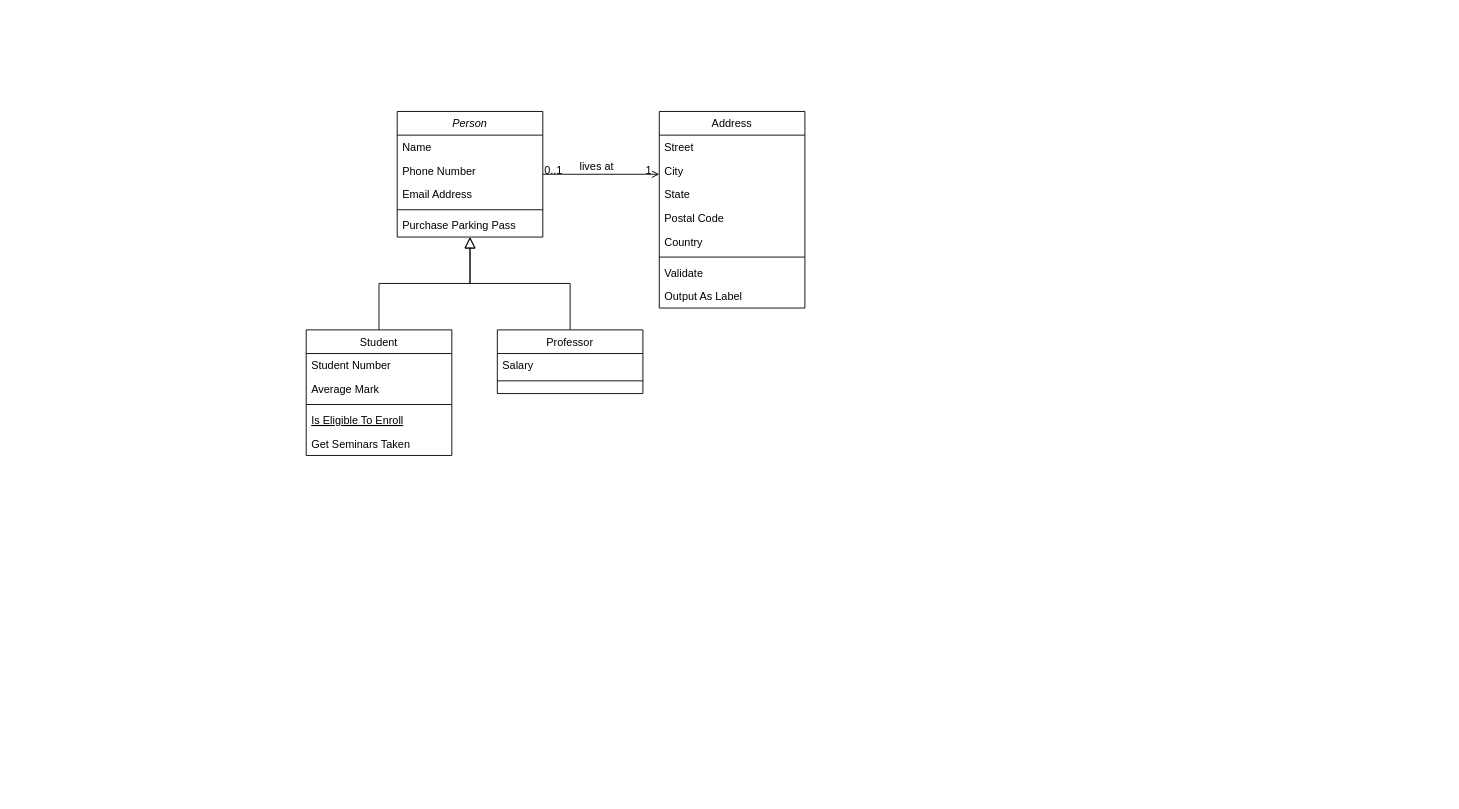
Before: Untitled Diagram.drawio in stoniolo/ProgIII, a draw.io diagram. Source tidied: cells renumbered, new cells numbered last; positions are measured from the earlier drawing's top-left corner, leaving out a move shared by most shapes. Both pictures are drawn from the tidied source at 91%, with x=0, y=0 at pixel (306, 111).
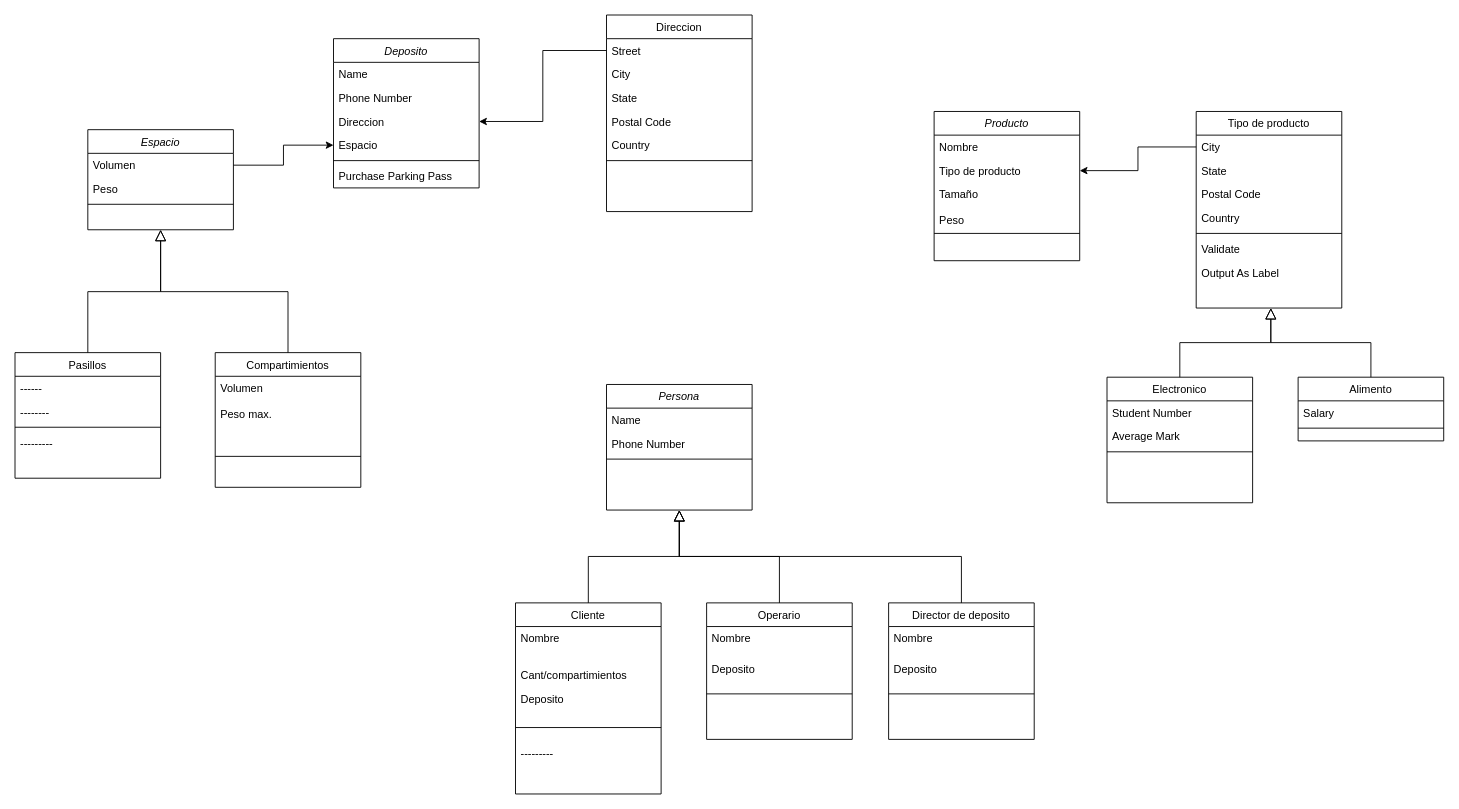
The same diagram, later.

Commit message:
Start(Santi Toniolo)

The change refers to these unchanged cells:
```xml
<mxCell id="20" value="Street" style="text;align=left;verticalAlign=top;spacingLeft=4;spacingRight=4;overflow=hidden;points=[[0,0.5],[1,0.5]];portConstraint=eastwest;" parent="19" vertex="1">
  <mxGeometry y="26" width="160" height="26" as="geometry" />
</mxCell>
```

Change to the diagram source:
```diff
@@
-    <mxCell id="2" value="Person" style="swimlane;fontStyle=2;align=center;verticalAlign=top;horizontal=1;startSize=26;rounded=0;shadow=0;strokeWidth=1;" parent="1" vertex="1">
-      <mxGeometry x="100" width="160" height="138" as="geometry" />
+    <mxCell id="2" value="Deposito" style="swimlane;fontStyle=2;align=center;verticalAlign=top;horizontal=1;startSize=26;rounded=0;shadow=0;strokeWidth=1;" parent="1" vertex="1">
+      <mxGeometry x="30" y="-80" width="160" height="164" as="geometry" />
     </mxCell>
@@
-    <mxCell id="5" value="Email Address" style="text;align=left;verticalAlign=top;spacingLeft=4;spacingRight=4;overflow=hidden;points=[[0,0.5],[1,0.5]];portConstraint=eastwest;rounded=0;shadow=0;html=0;" parent="2" vertex="1">
+    <mxCell id="5" value="Direccion" style="text;align=left;verticalAlign=top;spacingLeft=4;spacingRight=4;overflow=hidden;points=[[0,0.5],[1,0.5]];portConstraint=eastwest;rounded=0;shadow=0;html=0;" parent="2" vertex="1">
       <mxGeometry y="78" width="160" height="26" as="geometry" />
     </mxCell>
+    <mxCell id="32" value="Espacio" style="text;align=left;verticalAlign=top;spacingLeft=4;spacingRight=4;overflow=hidden;points=[[0,0.5],[1,0.5]];portConstraint=eastwest;rounded=0;shadow=0;html=0;" parent="2" vertex="1">
+      <mxGeometry y="104" width="160" height="26" as="geometry" />
+    </mxCell>
     <mxCell id="6" style="line;html=1;strokeWidth=1;align=left;verticalAlign=middle;spacingTop=-1;spacingLeft=3;spacingRight=3;labelPosition=right;" parent="2" vertex="1">
-      <mxGeometry y="104" width="160" height="8" as="geometry" />
+      <mxGeometry y="130" width="160" height="8" as="geometry" />
     </mxCell>
     <mxCell id="7" value="Purchase Parking Pass" style="text;align=left;verticalAlign=top;spacingLeft=4;spacingRight=4;overflow=hidden;" parent="2" vertex="1">
-      <mxGeometry y="112" width="160" height="26" as="geometry" />
+      <mxGeometry y="138" width="160" height="26" as="geometry" />
     </mxCell>
-    <mxCell id="8" value="Student" style="swimlane;fontStyle=0;align=center;verticalAlign=top;horizontal=1;startSize=26;rounded=0;shadow=0;strokeWidth=1;" parent="1" vertex="1">
-      <mxGeometry y="240" width="160" height="138" as="geometry" />
+    <mxCell id="8" value="Pasillos" style="swimlane;fontStyle=0;align=center;verticalAlign=top;horizontal=1;startSize=26;rounded=0;shadow=0;strokeWidth=1;" parent="1" vertex="1">
+      <mxGeometry x="-320" y="265" width="160" height="138" as="geometry" />
     </mxCell>
-    <mxCell id="9" value="Student Number" style="text;align=left;verticalAlign=top;spacingLeft=4;spacingRight=4;overflow=hidden;" parent="8" vertex="1">
+    <mxCell id="9" value="------" style="text;align=left;verticalAlign=top;spacingLeft=4;spacingRight=4;overflow=hidden;" parent="8" vertex="1">
       <mxGeometry y="26" width="160" height="26" as="geometry" />
     </mxCell>
-    <mxCell id="10" value="Average Mark" style="text;align=left;verticalAlign=top;spacingLeft=4;spacingRight=4;overflow=hidden;rounded=0;shadow=0;html=0;" parent="8" vertex="1">
+    <mxCell id="10" value="--------" style="text;align=left;verticalAlign=top;spacingLeft=4;spacingRight=4;overflow=hidden;rounded=0;shadow=0;html=0;" parent="8" vertex="1">
       <mxGeometry y="52" width="160" height="26" as="geometry" />
     </mxCell>
@@
-    <mxCell id="12" value="Is Eligible To Enroll" style="text;align=left;verticalAlign=top;spacingLeft=4;spacingRight=4;overflow=hidden;fontStyle=4;" parent="8" vertex="1">
-      <mxGeometry y="86" width="160" height="26" as="geometry" />
-    </mxCell>
-    <mxCell id="13" value="Get Seminars Taken" style="text;align=left;verticalAlign=top;spacingLeft=4;spacingRight=4;overflow=hidden;" parent="8" vertex="1">
-      <mxGeometry y="112" width="160" height="26" as="geometry" />
+    <mxCell id="13" value="---------" style="text;align=left;verticalAlign=top;spacingLeft=4;spacingRight=4;overflow=hidden;" parent="8" vertex="1">
+      <mxGeometry y="86" width="160" height="26" as="geometry" />
     </mxCell>
-    <mxCell id="14" style="endArrow=block;endSize=10;endFill=0;shadow=0;strokeWidth=1;rounded=0;edgeStyle=elbowEdgeStyle;elbow=vertical;" parent="1" edge="1" source="8" target="2">
-      <mxGeometry relative="1" as="geometry" />
-    </mxCell>
-    <mxCell id="15" value="Professor" style="swimlane;fontStyle=0;align=center;verticalAlign=top;horizontal=1;startSize=26;rounded=0;shadow=0;strokeWidth=1;" parent="1" vertex="1">
-      <mxGeometry x="210" y="240" width="160" height="70" as="geometry" />
+    <mxCell id="15" value="Compartimientos" style="swimlane;fontStyle=0;align=center;verticalAlign=top;horizontal=1;startSize=26;rounded=0;shadow=0;strokeWidth=1;" parent="1" vertex="1">
+      <mxGeometry x="-100" y="265" width="160" height="148" as="geometry" />
     </mxCell>
-    <mxCell id="16" value="Salary" style="text;align=left;verticalAlign=top;spacingLeft=4;spacingRight=4;overflow=hidden;" parent="15" vertex="1">
-      <mxGeometry y="26" width="160" height="26" as="geometry" />
+    <mxCell id="16" value="Volumen&#10;&#10;Peso max." style="text;align=left;verticalAlign=top;spacingLeft=4;spacingRight=4;overflow=hidden;" parent="15" vertex="1">
+      <mxGeometry y="26" width="160" height="54" as="geometry" />
     </mxCell>
     <mxCell id="17" style="line;html=1;strokeWidth=1;align=left;verticalAlign=middle;spacingTop=-1;spacingLeft=3;spacingRight=3;labelPosition=right;" parent="15" vertex="1">
-      <mxGeometry y="52" width="160" height="8" as="geometry" />
+      <mxGeometry y="80" width="160" height="68" as="geometry" />
     </mxCell>
-    <mxCell id="18" style="endArrow=block;endSize=10;endFill=0;shadow=0;strokeWidth=1;rounded=0;edgeStyle=elbowEdgeStyle;elbow=vertical;" parent="1" edge="1" source="15" target="2">
+    <mxCell id="18" style="endArrow=block;endSize=10;endFill=0;shadow=0;strokeWidth=1;rounded=0;edgeStyle=elbowEdgeStyle;elbow=vertical;exitX=0.5;exitY=0;exitDx=0;exitDy=0;entryX=0.5;entryY=1;entryDx=0;entryDy=0;" parent="1" edge="1" source="8" target="74">
       <mxGeometry relative="1" as="geometry" />
     </mxCell>
-    <mxCell id="19" value="Address" style="swimlane;fontStyle=0;align=center;verticalAlign=top;horizontal=1;startSize=26;rounded=0;shadow=0;strokeWidth=1;" parent="1" vertex="1">
-      <mxGeometry x="388" width="160" height="216" as="geometry" />
+    <mxCell id="19" value="Direccion" style="swimlane;fontStyle=0;align=center;verticalAlign=top;horizontal=1;startSize=26;rounded=0;shadow=0;strokeWidth=1;" parent="1" vertex="1">
+      <mxGeometry x="330" y="-106" width="160" height="216" as="geometry" />
     </mxCell>
@@
+    <mxCell id="33" value="Producto" style="swimlane;fontStyle=2;align=center;verticalAlign=top;horizontal=1;startSize=26;rounded=0;shadow=0;strokeWidth=1;" parent="1" vertex="1">
+      <mxGeometry x="690" width="160" height="164" as="geometry" />
+    </mxCell>
+    <mxCell id="34" value="Nombre" style="text;align=left;verticalAlign=top;spacingLeft=4;spacingRight=4;overflow=hidden;" parent="33" vertex="1">
+      <mxGeometry y="26" width="160" height="26" as="geometry" />
+    </mxCell>
+    <mxCell id="35" value="Tipo de producto" style="text;align=left;verticalAlign=top;spacingLeft=4;spacingRight=4;overflow=hidden;points=[[0,0.5],[1,0.5]];portConstraint=eastwest;rounded=0;shadow=0;html=0;" parent="33" vertex="1">
+      <mxGeometry y="52" width="160" height="26" as="geometry" />
+    </mxCell>
+    <mxCell id="36" value="Tamaño&#10;&#10;Peso" style="text;align=left;verticalAlign=top;spacingLeft=4;spacingRight=4;overflow=hidden;rounded=0;shadow=0;html=0;" parent="33" vertex="1">
+      <mxGeometry y="78" width="160" height="52" as="geometry" />
+    </mxCell>
+    <mxCell id="37" style="line;html=1;strokeWidth=1;align=left;verticalAlign=middle;spacingTop=-1;spacingLeft=3;spacingRight=3;labelPosition=right;" parent="33" vertex="1">
+      <mxGeometry y="130" width="160" height="8" as="geometry" />
+    </mxCell>
+    <mxCell id="38" value="Electronico" style="swimlane;fontStyle=0;align=center;verticalAlign=top;horizontal=1;startSize=26;rounded=0;shadow=0;strokeWidth=1;" parent="1" vertex="1">
+      <mxGeometry x="880" y="292" width="160" height="138" as="geometry" />
+    </mxCell>
+    <mxCell id="39" value="Student Number" style="text;align=left;verticalAlign=top;spacingLeft=4;spacingRight=4;overflow=hidden;" parent="38" vertex="1">
+      <mxGeometry y="26" width="160" height="26" as="geometry" />
+    </mxCell>
+    <mxCell id="40" value="Average Mark" style="text;align=left;verticalAlign=top;spacingLeft=4;spacingRight=4;overflow=hidden;rounded=0;shadow=0;html=0;" parent="38" vertex="1">
+      <mxGeometry y="52" width="160" height="26" as="geometry" />
+    </mxCell>
+    <mxCell id="41" style="line;html=1;strokeWidth=1;align=left;verticalAlign=middle;spacingTop=-1;spacingLeft=3;spacingRight=3;labelPosition=right;" parent="38" vertex="1">
+      <mxGeometry y="78" width="160" height="8" as="geometry" />
+    </mxCell>
+    <mxCell id="42" style="endArrow=block;endSize=10;endFill=0;shadow=0;strokeWidth=1;rounded=0;edgeStyle=elbowEdgeStyle;elbow=vertical;" parent="1" edge="1" source="38">
+      <mxGeometry relative="1" as="geometry">
+        <mxPoint x="1060" y="216" as="targetPoint" />
+      </mxGeometry>
+    </mxCell>
+    <mxCell id="43" value="Alimento" style="swimlane;fontStyle=0;align=center;verticalAlign=top;horizontal=1;startSize=26;rounded=0;shadow=0;strokeWidth=1;" parent="1" vertex="1">
+      <mxGeometry x="1090" y="292" width="160" height="70" as="geometry" />
+    </mxCell>
+    <mxCell id="44" value="Salary" style="text;align=left;verticalAlign=top;spacingLeft=4;spacingRight=4;overflow=hidden;" parent="43" vertex="1">
+      <mxGeometry y="26" width="160" height="26" as="geometry" />
+    </mxCell>
+    <mxCell id="45" style="line;html=1;strokeWidth=1;align=left;verticalAlign=middle;spacingTop=-1;spacingLeft=3;spacingRight=3;labelPosition=right;" parent="43" vertex="1">
+      <mxGeometry y="52" width="160" height="8" as="geometry" />
+    </mxCell>
+    <mxCell id="46" style="endArrow=block;endSize=10;endFill=0;shadow=0;strokeWidth=1;rounded=0;edgeStyle=elbowEdgeStyle;elbow=vertical;" parent="1" edge="1" source="43">
+      <mxGeometry relative="1" as="geometry">
+        <mxPoint x="1060" y="216" as="targetPoint" />
+      </mxGeometry>
+    </mxCell>
+    <mxCell id="47" value="Tipo de producto" style="swimlane;fontStyle=0;align=center;verticalAlign=top;horizontal=1;startSize=26;rounded=0;shadow=0;strokeWidth=1;" parent="1" vertex="1">
+      <mxGeometry x="978" width="160" height="216" as="geometry" />
+    </mxCell>
+    <mxCell id="48" value="City" style="text;align=left;verticalAlign=top;spacingLeft=4;spacingRight=4;overflow=hidden;points=[[0,0.5],[1,0.5]];portConstraint=eastwest;rounded=0;shadow=0;html=0;" parent="47" vertex="1">
+      <mxGeometry y="26" width="160" height="26" as="geometry" />
+    </mxCell>
+    <mxCell id="49" value="State" style="text;align=left;verticalAlign=top;spacingLeft=4;spacingRight=4;overflow=hidden;rounded=0;shadow=0;html=0;" parent="47" vertex="1">
+      <mxGeometry y="52" width="160" height="26" as="geometry" />
+    </mxCell>
+    <mxCell id="50" value="Postal Code" style="text;align=left;verticalAlign=top;spacingLeft=4;spacingRight=4;overflow=hidden;rounded=0;shadow=0;html=0;" parent="47" vertex="1">
+      <mxGeometry y="78" width="160" height="26" as="geometry" />
+    </mxCell>
+    <mxCell id="51" value="Country" style="text;align=left;verticalAlign=top;spacingLeft=4;spacingRight=4;overflow=hidden;rounded=0;shadow=0;html=0;" parent="47" vertex="1">
+      <mxGeometry y="104" width="160" height="26" as="geometry" />
+    </mxCell>
+    <mxCell id="52" style="line;html=1;strokeWidth=1;align=left;verticalAlign=middle;spacingTop=-1;spacingLeft=3;spacingRight=3;labelPosition=right;" parent="47" vertex="1">
+      <mxGeometry y="130" width="160" height="8" as="geometry" />
+    </mxCell>
-    <mxCell id="26" value="Validate" style="text;align=left;verticalAlign=top;spacingLeft=4;spacingRight=4;overflow=hidden;" parent="19" vertex="1">
-      <mxGeometry y="164" width="160" height="26" as="geometry" />
+    <mxCell id="26" value="Validate" style="text;align=left;verticalAlign=top;spacingLeft=4;spacingRight=4;overflow=hidden;" parent="47" vertex="1">
+      <mxGeometry y="138" width="160" height="26" as="geometry" />
     </mxCell>
-    <mxCell id="27" value="Output As Label" style="text;align=left;verticalAlign=top;spacingLeft=4;spacingRight=4;overflow=hidden;" parent="19" vertex="1">
-      <mxGeometry y="190" width="160" height="26" as="geometry" />
+    <mxCell id="27" value="Output As Label" style="text;align=left;verticalAlign=top;spacingLeft=4;spacingRight=4;overflow=hidden;" parent="47" vertex="1">
+      <mxGeometry y="164" width="160" height="26" as="geometry" />
     </mxCell>
-    <mxCell id="28" style="endArrow=open;shadow=0;strokeWidth=1;rounded=0;endFill=1;edgeStyle=elbowEdgeStyle;elbow=vertical;" parent="1" edge="1" source="2" target="19">
-      <mxGeometry x="0.5" y="41" relative="1" as="geometry">
-        <mxPoint x="-40" y="32" as="offset" />
-      </mxGeometry>
-    </mxCell>
-    <mxCell id="29" value="0..1" style="align=left;verticalAlign=bottom;labelBackgroundColor=none;fontSize=12;" parent="28" vertex="1">
-      <mxGeometry x="-1" relative="1" as="geometry">
-        <mxPoint y="4" as="offset" />
-      </mxGeometry>
-    </mxCell>
-    <mxCell id="30" value="1" style="align=right;verticalAlign=bottom;labelBackgroundColor=none;fontSize=12;" parent="28" vertex="1">
-      <mxGeometry x="1" relative="1" as="geometry">
-        <mxPoint x="-7" y="4" as="offset" />
-      </mxGeometry>
-    </mxCell>
-    <mxCell id="31" value="lives at" style="text;html=1;align=center;verticalAlign=middle;labelBackgroundColor=none;rounded=0;shadow=0;strokeWidth=1;fontSize=12;" parent="28" vertex="1">
-      <mxGeometry x="0.5" y="49" relative="1" as="geometry">
-        <mxPoint x="-38" y="40" as="offset" />
-      </mxGeometry>
-    </mxCell>
+    <mxCell id="53" value="Persona" style="swimlane;fontStyle=2;align=center;verticalAlign=top;horizontal=1;startSize=26;rounded=0;shadow=0;strokeWidth=1;" parent="1" vertex="1">
+      <mxGeometry x="330" y="300" width="160" height="138" as="geometry" />
+    </mxCell>
+    <mxCell id="54" value="Name" style="text;align=left;verticalAlign=top;spacingLeft=4;spacingRight=4;overflow=hidden;" parent="53" vertex="1">
+      <mxGeometry y="26" width="160" height="26" as="geometry" />
+    </mxCell>
+    <mxCell id="55" value="Phone Number" style="text;align=left;verticalAlign=top;spacingLeft=4;spacingRight=4;overflow=hidden;rounded=0;shadow=0;html=0;" parent="53" vertex="1">
+      <mxGeometry y="52" width="160" height="26" as="geometry" />
+    </mxCell>
+    <mxCell id="56" style="line;html=1;strokeWidth=1;align=left;verticalAlign=middle;spacingTop=-1;spacingLeft=3;spacingRight=3;labelPosition=right;" parent="53" vertex="1">
+      <mxGeometry y="78" width="160" height="8" as="geometry" />
+    </mxCell>
+    <mxCell id="57" value="Cliente" style="swimlane;fontStyle=0;align=center;verticalAlign=top;horizontal=1;startSize=26;rounded=0;shadow=0;strokeWidth=1;" parent="1" vertex="1">
+      <mxGeometry x="230" y="540" width="160" height="210" as="geometry" />
+    </mxCell>
+    <mxCell id="58" value="Nombre" style="text;align=left;verticalAlign=top;spacingLeft=4;spacingRight=4;overflow=hidden;" parent="57" vertex="1">
+      <mxGeometry y="26" width="160" height="26" as="geometry" />
+    </mxCell>
+    <mxCell id="59" value="&#10;Cant/compartimientos" style="text;align=left;verticalAlign=top;spacingLeft=4;spacingRight=4;overflow=hidden;" parent="57" vertex="1">
+      <mxGeometry y="52" width="160" height="40" as="geometry" />
+    </mxCell>
+    <mxCell id="60" value="Deposito&#10;" style="text;align=left;verticalAlign=top;spacingLeft=4;spacingRight=4;overflow=hidden;rounded=0;shadow=0;html=0;" parent="57" vertex="1">
+      <mxGeometry y="92" width="160" height="30" as="geometry" />
+    </mxCell>
+    <mxCell id="61" style="line;html=1;strokeWidth=1;align=left;verticalAlign=middle;spacingTop=-1;spacingLeft=3;spacingRight=3;labelPosition=right;" parent="57" vertex="1">
+      <mxGeometry y="122" width="160" height="30" as="geometry" />
+    </mxCell>
+    <mxCell id="62" value="---------" style="text;align=left;verticalAlign=top;spacingLeft=4;spacingRight=4;overflow=hidden;" parent="57" vertex="1">
+      <mxGeometry y="152" width="160" height="26" as="geometry" />
+    </mxCell>
+    <mxCell id="63" style="endArrow=block;endSize=10;endFill=0;shadow=0;strokeWidth=1;rounded=0;edgeStyle=elbowEdgeStyle;elbow=vertical;" parent="1" edge="1" source="57" target="53">
+      <mxGeometry relative="1" as="geometry" />
+    </mxCell>
+    <mxCell id="64" value="Operario" style="swimlane;fontStyle=0;align=center;verticalAlign=top;horizontal=1;startSize=26;rounded=0;shadow=0;strokeWidth=1;" parent="1" vertex="1">
+      <mxGeometry x="440" y="540" width="160" height="150" as="geometry" />
+    </mxCell>
+    <mxCell id="65" value="Nombre" style="text;align=left;verticalAlign=top;spacingLeft=4;spacingRight=4;overflow=hidden;" parent="64" vertex="1">
+      <mxGeometry y="26" width="160" height="34" as="geometry" />
+    </mxCell>
+    <mxCell id="66" value="Deposito" style="text;align=left;verticalAlign=top;spacingLeft=4;spacingRight=4;overflow=hidden;" parent="64" vertex="1">
+      <mxGeometry y="60" width="160" height="30" as="geometry" />
+    </mxCell>
+    <mxCell id="67" style="line;html=1;strokeWidth=1;align=left;verticalAlign=middle;spacingTop=-1;spacingLeft=3;spacingRight=3;labelPosition=right;" parent="64" vertex="1">
+      <mxGeometry y="90" width="160" height="20" as="geometry" />
+    </mxCell>
+    <mxCell id="68" style="endArrow=block;endSize=10;endFill=0;shadow=0;strokeWidth=1;rounded=0;edgeStyle=elbowEdgeStyle;elbow=vertical;" parent="1" edge="1" source="64" target="53">
+      <mxGeometry relative="1" as="geometry" />
+    </mxCell>
+    <mxCell id="69" value="Director de deposito" style="swimlane;fontStyle=0;align=center;verticalAlign=top;horizontal=1;startSize=26;rounded=0;shadow=0;strokeWidth=1;" parent="1" vertex="1">
+      <mxGeometry x="640" y="540" width="160" height="150" as="geometry" />
+    </mxCell>
+    <mxCell id="70" value="Nombre" style="text;align=left;verticalAlign=top;spacingLeft=4;spacingRight=4;overflow=hidden;" parent="69" vertex="1">
+      <mxGeometry y="26" width="160" height="34" as="geometry" />
+    </mxCell>
+    <mxCell id="71" value="Deposito" style="text;align=left;verticalAlign=top;spacingLeft=4;spacingRight=4;overflow=hidden;" parent="69" vertex="1">
+      <mxGeometry y="60" width="160" height="30" as="geometry" />
+    </mxCell>
+    <mxCell id="72" style="line;html=1;strokeWidth=1;align=left;verticalAlign=middle;spacingTop=-1;spacingLeft=3;spacingRight=3;labelPosition=right;" parent="69" vertex="1">
+      <mxGeometry y="90" width="160" height="20" as="geometry" />
+    </mxCell>
+    <mxCell id="73" style="endArrow=block;endSize=10;endFill=0;shadow=0;strokeWidth=1;rounded=0;edgeStyle=elbowEdgeStyle;elbow=vertical;" parent="1" edge="1" source="69">
+      <mxGeometry relative="1" as="geometry">
+        <mxPoint x="410" y="438" as="targetPoint" />
+      </mxGeometry>
+    </mxCell>
+    <mxCell id="74" value="Espacio" style="swimlane;fontStyle=2;align=center;verticalAlign=top;horizontal=1;startSize=26;rounded=0;shadow=0;strokeWidth=1;" parent="1" vertex="1">
+      <mxGeometry x="-240" y="20" width="160" height="110" as="geometry" />
+    </mxCell>
+    <mxCell id="75" value="Volumen" style="text;align=left;verticalAlign=top;spacingLeft=4;spacingRight=4;overflow=hidden;points=[[0,0.5],[1,0.5]];portConstraint=eastwest;" parent="74" vertex="1">
+      <mxGeometry y="26" width="160" height="26" as="geometry" />
+    </mxCell>
+    <mxCell id="76" value="Peso" style="text;align=left;verticalAlign=top;spacingLeft=4;spacingRight=4;overflow=hidden;rounded=0;shadow=0;html=0;" parent="74" vertex="1">
+      <mxGeometry y="52" width="160" height="26" as="geometry" />
+    </mxCell>
+    <mxCell id="77" style="line;html=1;strokeWidth=1;align=left;verticalAlign=middle;spacingTop=-1;spacingLeft=3;spacingRight=3;labelPosition=right;" parent="74" vertex="1">
+      <mxGeometry y="78" width="160" height="8" as="geometry" />
+    </mxCell>
+    <mxCell id="78" style="endArrow=block;endSize=10;endFill=0;shadow=0;strokeWidth=1;rounded=0;edgeStyle=elbowEdgeStyle;elbow=vertical;exitX=0.5;exitY=0;exitDx=0;exitDy=0;entryX=0.5;entryY=1;entryDx=0;entryDy=0;" parent="1" edge="1" source="15" target="74">
+      <mxGeometry relative="1" as="geometry" />
+    </mxCell>
+    <mxCell id="79" style="edgeStyle=orthogonalEdgeStyle;rounded=0;jettySize=auto;html=1;" parent="1" edge="1" source="75" target="32">
+      <mxGeometry relative="1" as="geometry" />
+    </mxCell>
+    <mxCell id="80" style="edgeStyle=orthogonalEdgeStyle;rounded=0;jettySize=auto;html=1;entryX=1;entryY=0.5;entryDx=0;entryDy=0;" parent="1" edge="1" source="20" target="5">
+      <mxGeometry relative="1" as="geometry" />
+    </mxCell>
+    <mxCell id="81" style="edgeStyle=orthogonalEdgeStyle;rounded=0;jettySize=auto;html=1;entryX=1;entryY=0.5;entryDx=0;entryDy=0;" parent="1" edge="1" source="48" target="35">
+      <mxGeometry relative="1" as="geometry" />
+    </mxCell>
```
